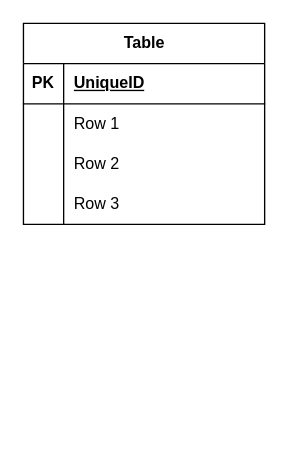
The draw.io diagram Диаграмма без названия.drawio in Thinknov/my, before the edit. Source tidied: cells renumbered, new cells numbered last; positions are measured from the earlier drawing's top-left corner, leaving out a move shared by most shapes. Both pictures are drawn from the tidied source at 134%, with x=0, y=0 at pixel (23, 23).
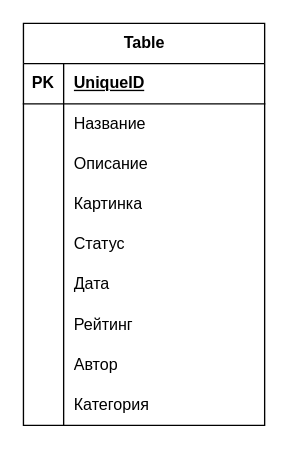
After the change.

Unchanged cells that the change refers to:
```xml
<mxCell id="6" style="shape=tableRow;horizontal=0;startSize=0;swimlaneHead=0;swimlaneBody=0;fillColor=none;top=0;left=0;right=0;bottom=0;" parent="2" vertex="1">
  <mxGeometry y="60" width="180" height="30" as="geometry" />
</mxCell>
<mxCell id="9" style="shape=tableRow;horizontal=0;startSize=0;swimlaneHead=0;swimlaneBody=0;fillColor=none;top=0;left=0;right=0;bottom=0;" parent="2" vertex="1">
  <mxGeometry y="90" width="180" height="30" as="geometry" />
</mxCell>
<mxCell id="12" style="shape=tableRow;horizontal=0;startSize=0;swimlaneHead=0;swimlaneBody=0;fillColor=none;top=0;left=0;right=0;bottom=0;" parent="2" vertex="1">
  <mxGeometry y="120" width="180" height="30" as="geometry" />
</mxCell>
```

What changed in the source:
```diff
@@
     <mxCell id="2" value="Table" style="shape=table;startSize=30;childLayout=tableLayout;rowLines=0;fontStyle=1;align=center;html=1;" parent="1" vertex="1">
-      <mxGeometry width="180" height="150" as="geometry" />
+      <mxGeometry width="180" height="300" as="geometry" />
     </mxCell>
@@
-    <mxCell id="7" style="shape=partialRectangle;fillColor=none;top=0;left=0;bottom=0;right=0;overflow=hidden;whiteSpace=wrap;html=1;" parent="6" vertex="1">
-      <mxGeometry width="30" height="30" as="geometry" />
-    </mxCell>
-    <mxCell id="8" value="Row 1" style="shape=partialRectangle;fillColor=none;top=0;left=0;bottom=0;right=0;align=left;spacingLeft=6;overflow=hidden;whiteSpace=wrap;html=1;" parent="6" vertex="1">
-      <mxGeometry x="30" width="150" height="30" as="geometry" />
-    </mxCell>
+    <mxCell id="15" style="shape=partialRectangle;fillColor=none;top=0;left=0;bottom=0;right=0;overflow=hidden;whiteSpace=wrap;html=1;" parent="6" vertex="1">
+      <mxGeometry width="30" height="30" as="geometry" />
+    </mxCell>
+    <mxCell id="16" value="Название" style="shape=partialRectangle;fillColor=none;top=0;left=0;bottom=0;right=0;align=left;spacingLeft=6;overflow=hidden;whiteSpace=wrap;html=1;" parent="6" vertex="1">
+      <mxGeometry x="30" width="150" height="30" as="geometry" />
+    </mxCell>
@@
-    <mxCell id="10" style="shape=partialRectangle;fillColor=none;top=0;left=0;bottom=0;right=0;overflow=hidden;whiteSpace=wrap;html=1;" parent="9" vertex="1">
-      <mxGeometry width="30" height="30" as="geometry" />
-    </mxCell>
-    <mxCell id="11" value="Row 2" style="shape=partialRectangle;fillColor=none;top=0;left=0;bottom=0;right=0;align=left;spacingLeft=6;overflow=hidden;whiteSpace=wrap;html=1;" parent="9" vertex="1">
-      <mxGeometry x="30" width="150" height="30" as="geometry" />
-    </mxCell>
+    <mxCell id="17" style="shape=partialRectangle;fillColor=none;top=0;left=0;bottom=0;right=0;overflow=hidden;whiteSpace=wrap;html=1;" parent="9" vertex="1">
+      <mxGeometry width="30" height="30" as="geometry" />
+    </mxCell>
+    <mxCell id="18" value="Описание" style="shape=partialRectangle;fillColor=none;top=0;left=0;bottom=0;right=0;align=left;spacingLeft=6;overflow=hidden;whiteSpace=wrap;html=1;" parent="9" vertex="1">
+      <mxGeometry x="30" width="150" height="30" as="geometry" />
+    </mxCell>
@@
-    <mxCell id="13" style="shape=partialRectangle;fillColor=none;top=0;left=0;bottom=0;right=0;overflow=hidden;whiteSpace=wrap;html=1;" parent="12" vertex="1">
-      <mxGeometry width="30" height="30" as="geometry" />
-    </mxCell>
-    <mxCell id="14" value="Row 3" style="shape=partialRectangle;fillColor=none;top=0;left=0;bottom=0;right=0;align=left;spacingLeft=6;overflow=hidden;whiteSpace=wrap;html=1;" parent="12" vertex="1">
-      <mxGeometry x="30" width="150" height="30" as="geometry" />
-    </mxCell>
+    <mxCell id="19" style="shape=partialRectangle;fillColor=none;top=0;left=0;bottom=0;right=0;overflow=hidden;whiteSpace=wrap;html=1;" parent="12" vertex="1">
+      <mxGeometry width="30" height="30" as="geometry" />
+    </mxCell>
+    <mxCell id="20" value="Картинка" style="shape=partialRectangle;fillColor=none;top=0;left=0;bottom=0;right=0;align=left;spacingLeft=6;overflow=hidden;whiteSpace=wrap;html=1;" parent="12" vertex="1">
+      <mxGeometry x="30" width="150" height="30" as="geometry" />
+    </mxCell>
+    <mxCell id="21" style="shape=tableRow;horizontal=0;startSize=0;swimlaneHead=0;swimlaneBody=0;fillColor=none;top=0;left=0;right=0;bottom=0;" parent="2" vertex="1">
+      <mxGeometry y="150" width="180" height="30" as="geometry" />
+    </mxCell>
+    <mxCell id="22" style="shape=partialRectangle;fillColor=none;top=0;left=0;bottom=0;right=0;overflow=hidden;whiteSpace=wrap;html=1;" parent="21" vertex="1">
+      <mxGeometry width="30" height="30" as="geometry" />
+    </mxCell>
+    <mxCell id="23" value="Статус" style="shape=partialRectangle;fillColor=none;top=0;left=0;bottom=0;right=0;align=left;spacingLeft=6;overflow=hidden;whiteSpace=wrap;html=1;" parent="21" vertex="1">
+      <mxGeometry x="30" width="150" height="30" as="geometry" />
+    </mxCell>
+    <mxCell id="24" style="shape=tableRow;horizontal=0;startSize=0;swimlaneHead=0;swimlaneBody=0;fillColor=none;top=0;left=0;right=0;bottom=0;" parent="2" vertex="1">
+      <mxGeometry y="180" width="180" height="30" as="geometry" />
+    </mxCell>
+    <mxCell id="25" style="shape=partialRectangle;fillColor=none;top=0;left=0;bottom=0;right=0;overflow=hidden;whiteSpace=wrap;html=1;" parent="24" vertex="1">
+      <mxGeometry width="30" height="30" as="geometry" />
+    </mxCell>
+    <mxCell id="26" value="Дата" style="shape=partialRectangle;fillColor=none;top=0;left=0;bottom=0;right=0;align=left;spacingLeft=6;overflow=hidden;whiteSpace=wrap;html=1;" parent="24" vertex="1">
+      <mxGeometry x="30" width="150" height="30" as="geometry" />
+    </mxCell>
+    <mxCell id="27" style="shape=tableRow;horizontal=0;startSize=0;swimlaneHead=0;swimlaneBody=0;fillColor=none;top=0;left=0;right=0;bottom=0;" parent="2" vertex="1">
+      <mxGeometry y="210" width="180" height="30" as="geometry" />
+    </mxCell>
+    <mxCell id="28" style="shape=partialRectangle;fillColor=none;top=0;left=0;bottom=0;right=0;overflow=hidden;whiteSpace=wrap;html=1;" parent="27" vertex="1">
+      <mxGeometry width="30" height="30" as="geometry" />
+    </mxCell>
+    <mxCell id="29" value="Рейтинг" style="shape=partialRectangle;fillColor=none;top=0;left=0;bottom=0;right=0;align=left;spacingLeft=6;overflow=hidden;whiteSpace=wrap;html=1;" parent="27" vertex="1">
+      <mxGeometry x="30" width="150" height="30" as="geometry" />
+    </mxCell>
+    <mxCell id="30" style="shape=tableRow;horizontal=0;startSize=0;swimlaneHead=0;swimlaneBody=0;fillColor=none;top=0;left=0;right=0;bottom=0;" parent="2" vertex="1">
+      <mxGeometry y="240" width="180" height="30" as="geometry" />
+    </mxCell>
+    <mxCell id="31" style="shape=partialRectangle;fillColor=none;top=0;left=0;bottom=0;right=0;overflow=hidden;whiteSpace=wrap;html=1;" parent="30" vertex="1">
+      <mxGeometry width="30" height="30" as="geometry" />
+    </mxCell>
+    <mxCell id="32" value="Автор" style="shape=partialRectangle;fillColor=none;top=0;left=0;bottom=0;right=0;align=left;spacingLeft=6;overflow=hidden;whiteSpace=wrap;html=1;" parent="30" vertex="1">
+      <mxGeometry x="30" width="150" height="30" as="geometry" />
+    </mxCell>
+    <mxCell id="33" style="shape=tableRow;horizontal=0;startSize=0;swimlaneHead=0;swimlaneBody=0;fillColor=none;top=0;left=0;right=0;bottom=0;" parent="2" vertex="1">
+      <mxGeometry y="270" width="180" height="30" as="geometry" />
+    </mxCell>
+    <mxCell id="34" style="shape=partialRectangle;fillColor=none;top=0;left=0;bottom=0;right=0;overflow=hidden;whiteSpace=wrap;html=1;" parent="33" vertex="1">
+      <mxGeometry width="30" height="30" as="geometry" />
+    </mxCell>
+    <mxCell id="35" value="Категория" style="shape=partialRectangle;fillColor=none;top=0;left=0;bottom=0;right=0;align=left;spacingLeft=6;overflow=hidden;whiteSpace=wrap;html=1;" parent="33" vertex="1">
+      <mxGeometry x="30" width="150" height="30" as="geometry" />
+    </mxCell>
```
